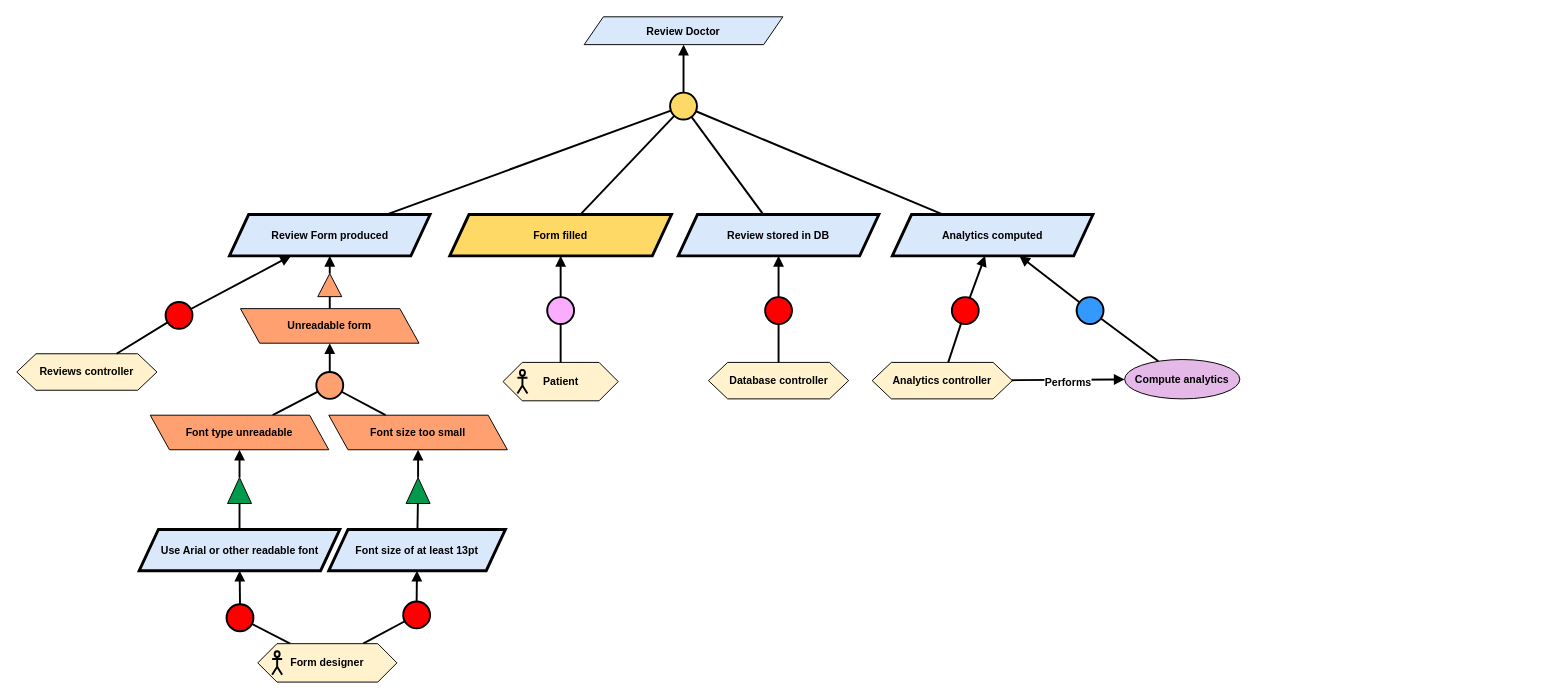
The draw.io diagram Kaos/KAOS 13.drawio in RafaelCMira/myclinic-msp-project, before the edit. Source tidied: cells renumbered, new cells numbered last; positions are measured from the earlier drawing's top-left corner, leaving out a move shared by most shapes. Both pictures are drawn from the tidied source at 96%, with x=0, y=0 at pixel (16, 16).
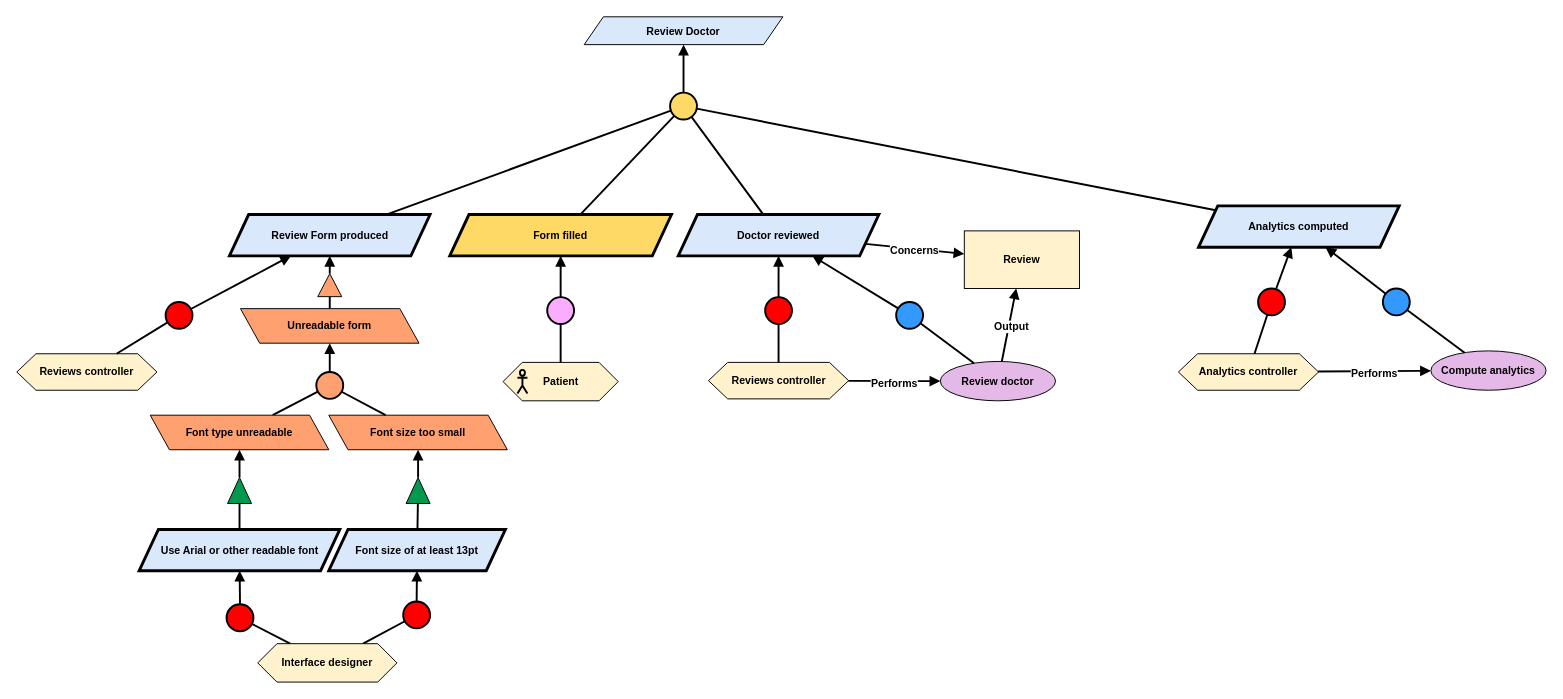
The same diagram, later.

The change refers to these unchanged cells:
```xml
<mxCell id="55" style="group;" parent="1" vertex="1">
  <mxGeometry x="251" y="653" width="145" height="40" as="geometry" />
</mxCell>
```

What changed in the source:
```diff
@@
-    <mxCell id="7" value="&lt;b&gt;Review stored in DB&lt;/b&gt;" style="shape=parallelogram;perimeter=parallelogramPerimeter;whiteSpace=wrap;html=1;fixedSize=1;fillColor=#dae8fc;strokeColor=#000000;strokeWidth=3;fontFamily=Helvetica;fontSize=11;fontColor=default;labelBackgroundColor=none;" parent="1" vertex="1">
+    <mxCell id="7" value="&lt;b&gt;Doctor reviewed&lt;/b&gt;" style="shape=parallelogram;perimeter=parallelogramPerimeter;whiteSpace=wrap;html=1;fixedSize=1;fillColor=#dae8fc;strokeColor=#000000;strokeWidth=3;fontFamily=Helvetica;fontSize=11;fontColor=default;labelBackgroundColor=none;" parent="1" vertex="1">
       <mxGeometry x="689" y="206" width="209" height="43" as="geometry" />
     </mxCell>
@@
-    <mxCell id="16" value="&lt;div&gt;&lt;b&gt;Database controller&lt;/b&gt;&lt;/div&gt;" style="shape=hexagon;perimeter=hexagonPerimeter2;whiteSpace=wrap;html=1;fixedSize=1;fillColor=#FFF2CC;fontFamily=Helvetica;fontSize=11;fontColor=default;labelBackgroundColor=none;" parent="1" vertex="1">
+    <mxCell id="16" value="&lt;div&gt;&lt;b&gt;Reviews controller&lt;/b&gt;&lt;/div&gt;" style="shape=hexagon;perimeter=hexagonPerimeter2;whiteSpace=wrap;html=1;fixedSize=1;fillColor=#FFF2CC;fontFamily=Helvetica;fontSize=11;fontColor=default;labelBackgroundColor=none;" parent="1" vertex="1">
       <mxGeometry x="720.5" y="360" width="146" height="38" as="geometry" />
     </mxCell>
@@
     <mxCell id="20" value="&lt;b&gt;Analytics computed&lt;/b&gt;" style="shape=parallelogram;perimeter=parallelogramPerimeter;whiteSpace=wrap;html=1;fixedSize=1;fillColor=#dae8fc;strokeColor=#000000;strokeWidth=3;fontFamily=Helvetica;fontSize=11;fontColor=default;labelBackgroundColor=none;" parent="1" vertex="1">
-      <mxGeometry x="912" y="206" width="209" height="43" as="geometry" />
+      <mxGeometry x="1231" y="197" width="209" height="43" as="geometry" />
     </mxCell>
@@
     <mxCell id="23" value="&lt;div&gt;&lt;b&gt;Analytics controller&lt;/b&gt;&lt;/div&gt;" style="shape=hexagon;perimeter=hexagonPerimeter2;whiteSpace=wrap;html=1;fixedSize=1;fillColor=#FFF2CC;fontFamily=Helvetica;fontSize=11;fontColor=default;labelBackgroundColor=none;" parent="1" vertex="1">
-      <mxGeometry x="891" y="360" width="146" height="38" as="geometry" />
+      <mxGeometry x="1210" y="351" width="146" height="38" as="geometry" />
     </mxCell>
     <mxCell id="24" style="ellipse;whiteSpace=wrap;html=1;fillColor=#FF0000;strokeWidth=2;" parent="1" vertex="1">
-      <mxGeometry x="974" y="292" width="28" height="28" as="geometry" />
+      <mxGeometry x="1293" y="283" width="28" height="28" as="geometry" />
     </mxCell>
@@
-    <mxCell id="56" value="&lt;b&gt;Form designer&lt;/b&gt;" style="shape=hexagon;perimeter=hexagonPerimeter2;whiteSpace=wrap;html=1;fixedSize=1;fillColor=#FFF2CC;fontFamily=Helvetica;fontSize=11;fontColor=default;labelBackgroundColor=none;" parent="55" vertex="1">
+    <mxCell id="56" value="&lt;b&gt;Interface designer&lt;/b&gt;" style="shape=hexagon;perimeter=hexagonPerimeter2;whiteSpace=wrap;html=1;fixedSize=1;fillColor=#FFF2CC;fontFamily=Helvetica;fontSize=11;fontColor=default;labelBackgroundColor=none;" parent="55" vertex="1">
       <mxGeometry width="145" height="40" as="geometry" />
     </mxCell>
-    <mxCell id="57" style="shape=umlActor;verticalLabelPosition=bottom;verticalAlign=top;html=1;fillColor=none;strokeWidth=2;fontFamily=Helvetica;fontSize=11;fontColor=default;labelBackgroundColor=default;" parent="55" vertex="1">
-      <mxGeometry x="15" y="7.8" width="10.4" height="24.5" as="geometry" />
-    </mxCell>
     <mxCell id="58" value="&lt;b&gt;Compute analytics&lt;/b&gt;" style="ellipse;whiteSpace=wrap;html=1;fillColor=#E4B9E7;strokeColor=#000000;fontFamily=Helvetica;fontSize=11;fontColor=default;labelBackgroundColor=none;" parent="1" vertex="1">
-      <mxGeometry x="1154" y="357" width="120" height="41" as="geometry" />
+      <mxGeometry x="1473" y="348" width="120" height="41" as="geometry" />
     </mxCell>
@@
     <mxCell id="61" style="ellipse;whiteSpace=wrap;html=1;fillColor=#3399FF;strokeWidth=2;" parent="1" vertex="1">
-      <mxGeometry x="1104" y="292" width="28" height="28" as="geometry" />
+      <mxGeometry x="1423" y="283" width="28" height="28" as="geometry" />
     </mxCell>
@@
+    <mxCell id="64" value="&lt;b&gt;Review doctor&lt;/b&gt;" style="ellipse;whiteSpace=wrap;html=1;fillColor=#E4B9E7;strokeColor=#000000;fontFamily=Helvetica;fontSize=11;fontColor=default;labelBackgroundColor=none;" parent="1" vertex="1">
+      <mxGeometry x="962" y="359" width="120" height="41" as="geometry" />
+    </mxCell>
+    <mxCell id="65" style="endArrow=block;html=1;rounded=0;endFill=1;strokeWidth=2;" parent="1" edge="1" source="16" target="64">
+      <mxGeometry relative="1" as="geometry" />
+    </mxCell>
+    <mxCell id="66" value="&lt;b&gt;Performs&lt;/b&gt;" style="edgeLabel;html=1;align=center;verticalAlign=middle;" parent="65" vertex="1">
+      <mxGeometry x="-0.02" y="-2" relative="1" as="geometry" />
+    </mxCell>
+    <mxCell id="67" style="ellipse;whiteSpace=wrap;html=1;fillColor=#3399FF;strokeWidth=2;" parent="1" vertex="1">
+      <mxGeometry x="916" y="297" width="28" height="28" as="geometry" />
+    </mxCell>
+    <mxCell id="68" style="endArrow=block;html=1;rounded=0;endFill=1;strokeWidth=2;" parent="1" edge="1" source="67" target="7">
+      <mxGeometry relative="1" as="geometry" />
+    </mxCell>
+    <mxCell id="69" style="endArrow=none;html=1;rounded=0;strokeWidth=2;" parent="1" edge="1" source="64" target="67">
+      <mxGeometry relative="1" as="geometry" />
+    </mxCell>
+    <mxCell id="70" value="&lt;b&gt;Review&lt;/b&gt;" style="rounded=0;whiteSpace=wrap;html=1;fillColor=#FFF2CC;fontFamily=Helvetica;fontSize=11;fontColor=default;labelBackgroundColor=none;" parent="1" vertex="1">
+      <mxGeometry x="987" y="223" width="120" height="60" as="geometry" />
+    </mxCell>
+    <mxCell id="71" style="endArrow=block;html=1;rounded=0;endFill=1;strokeWidth=2;" parent="1" edge="1" source="64" target="70">
+      <mxGeometry relative="1" as="geometry" />
+    </mxCell>
+    <mxCell id="72" value="&lt;b&gt;Output&lt;/b&gt;" style="edgeLabel;html=1;align=center;verticalAlign=middle;" parent="71" vertex="1">
+      <mxGeometry x="-0.02" y="-2" relative="1" as="geometry" />
+    </mxCell>
+    <mxCell id="73" style="endArrow=block;html=1;rounded=0;endFill=1;strokeWidth=2;" parent="1" edge="1" source="7" target="70">
+      <mxGeometry relative="1" as="geometry" />
+    </mxCell>
+    <mxCell id="74" value="&lt;b&gt;Concerns&lt;/b&gt;" style="edgeLabel;html=1;align=center;verticalAlign=middle;" parent="73" vertex="1">
+      <mxGeometry x="-0.02" y="-2" relative="1" as="geometry" />
+    </mxCell>
```
